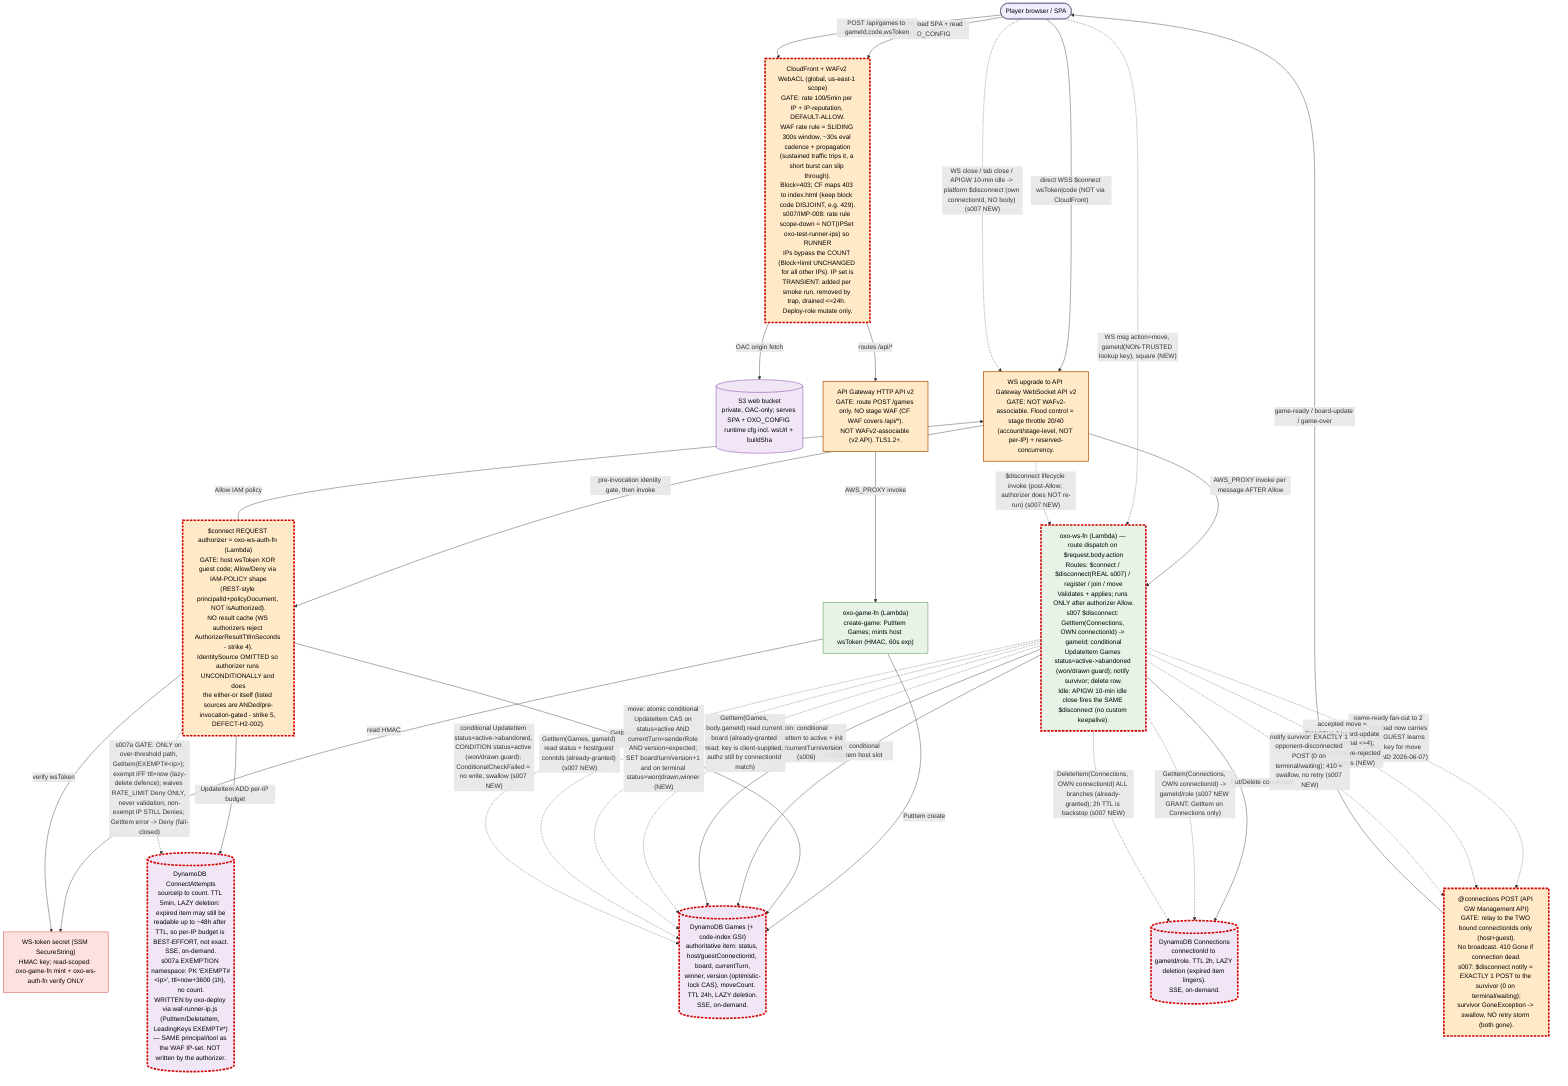
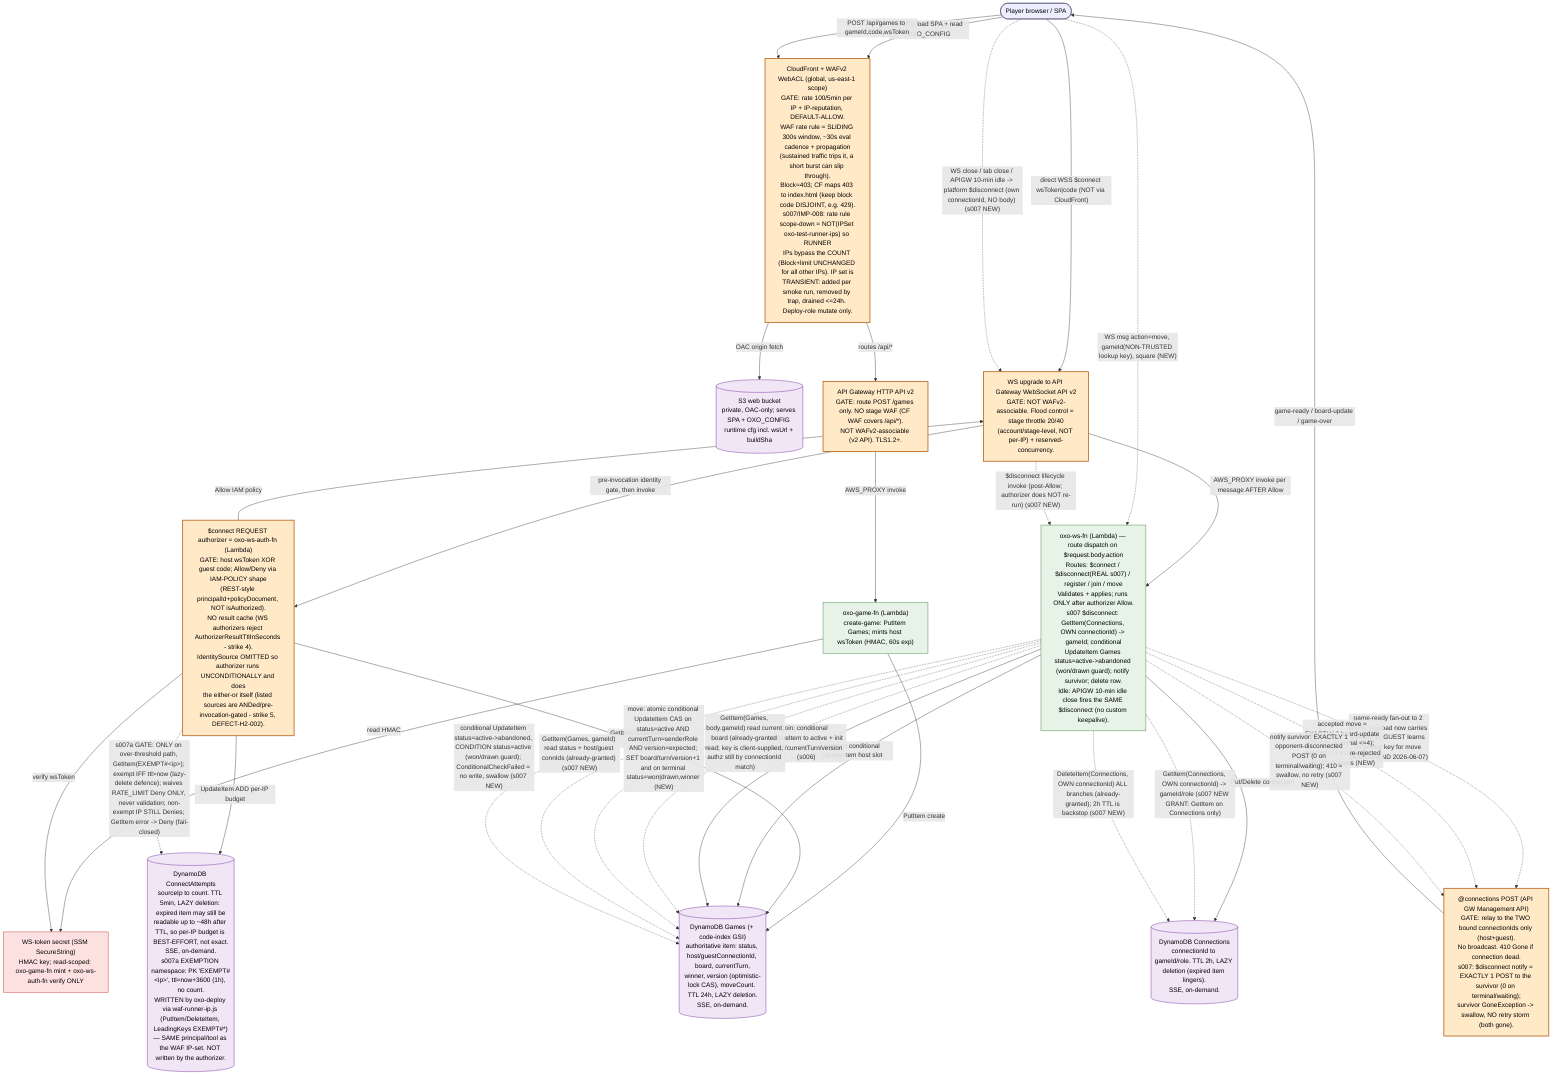
%% oxo-online runtime data-flow — s007 edition (process §12a)
%% Platform GATES are explicit nodes. Non-obvious platform semantics are named ON the node.
%% This file is the TESTER's planning input. classDef changed marks THIS slice's (s007) delta.
%% Granularity: module / gate level (coarse). Built scope only (deferred items are NOT drawn).
%% s007 marks: the $disconnect path becomes REAL (abandon+notify+clean up) and the
%% CloudFront WAF gate gains the oxo-test-runner-ips IP-set scope-down annotation (IMP-008).

flowchart TD

  %% ---- Edge / SPA path (HTTPS) ----
  player(["Player browser / SPA"]):::actor
  cfwaf["CloudFront + WAFv2 WebACL (global, us-east-1 scope)<br/>GATE: rate 100/5min per IP + IP-reputation, DEFAULT-ALLOW.<br/>WAF rate rule = SLIDING 300s window, ~30s eval cadence + propagation<br/>(sustained traffic trips it, a short burst can slip through).<br/>Block=403; CF maps 403 to index.html (keep block code DISJOINT, e.g. 429).<br/>s007/IMP-008: rate rule scope-down = NOT(IPSet oxo-test-runner-ips) so RUNNER<br/>IPs bypass the COUNT (Block+limit UNCHANGED for all other IPs). IP set is<br/>TRANSIENT: added per smoke run, removed by trap, drained <=24h. Deploy-role mutate only."]:::gate
  s3[("S3 web bucket<br/>private, OAC-only; serves SPA + OXO_CONFIG runtime cfg incl. wsUrl + buildSha")]:::store
  httpapi["API Gateway HTTP API v2<br/>GATE: route POST /games only. NO stage WAF (CF WAF covers /api/*).<br/>NOT WAFv2-associable (v2 API). TLS1.2+."]:::gate
  gamefn["oxo-game-fn (Lambda)<br/>create-game: PutItem Games; mints host wsToken (HMAC, 60s exp)"]:::compute
  secret["WS-token secret (SSM SecureString)<br/>HMAC key; read-scoped: oxo-game-fn mint + oxo-ws-auth-fn verify ONLY"]:::secret

  %% ---- WebSocket path (WSS, NOT via CloudFront) ----
  wsupgrade["WS upgrade to API Gateway WebSocket API v2<br/>GATE: NOT WAFv2-associable. Flood control = stage throttle 20/40<br/>(account/stage-level, NOT per-IP) + reserved-concurrency."]:::gate
  wsauth["$connect REQUEST authorizer = oxo-ws-auth-fn (Lambda)<br/>GATE: host wsToken XOR guest code; Allow/Deny via IAM-POLICY shape<br/>(REST-style principalId+policyDocument, NOT isAuthorized).<br/>NO result cache (WS authorizers reject AuthorizerResultTtlInSeconds - strike 4).<br/>IdentitySource OMITTED so authorizer runs UNCONDITIONALLY and does<br/>the either-or itself (listed sources are ANDed/pre-invocation-gated - strike 5, DEFECT-H2-002)."]:::gate
  attempts[("DynamoDB ConnectAttempts<br/>sourceIp to count. TTL 5min, LAZY deletion: expired item may still be<br/>readable up to ~48h after TTL, so per-IP budget is BEST-EFFORT, not exact.<br/>SSE, on-demand.<br/>s007a EXEMPTION namespace: PK 'EXEMPT#&lt;ip&gt;', ttl=now+3600 (1h), no count.<br/>WRITTEN by oxo-deploy via waf-runner-ip.js (PutItem/DeleteItem, LeadingKeys EXEMPT#*)<br/>— SAME principal/tool as the WAF IP-set. NOT written by the authorizer.")]:::store
  wsfn["oxo-ws-fn (Lambda) — route dispatch on $request.body.action<br/>Routes: $connect / $disconnect(REAL s007) / register / join / move<br/>Validates + applies; runs ONLY after authorizer Allow.<br/>s007 $disconnect: GetItem(Connections, OWN connectionId) -> gameId; conditional<br/>UpdateItem Games status=active->abandoned (won/drawn guard); notify survivor; delete row.<br/>Idle: APIGW 10-min idle close fires the SAME $disconnect (no custom keepalive)."]:::compute
  conn[("DynamoDB Connections<br/>connectionId to gameId/role. TTL 2h, LAZY deletion (expired item lingers).<br/>SSE, on-demand.")]:::store
  games[("DynamoDB Games (+ code-index GSI)<br/>authoritative item: status, host/guestConnectionId, board, currentTurn,<br/>winner, version (optimistic-lock CAS), moveCount. TTL 24h, LAZY deletion.<br/>SSE, on-demand.")]:::store
  relay["@connections POST (API GW Management API)<br/>GATE: relay to the TWO bound connectionIds only (host+guest).<br/>No broadcast. 410 Gone if connection dead.<br/>s007: $disconnect notify = EXACTLY 1 POST to the survivor (0 on terminal/waiting);<br/>survivor GoneException -> swallow, NO retry storm (both gone)."]:::gate

  %% ---- Existing edges (built s001..s005-h2) ----
  player -->|"HTTPS load SPA + read OXO_CONFIG"| cfwaf
  cfwaf -->|"OAC origin fetch"| s3
  cfwaf -->|"routes /api/*"| httpapi
  player -->|"POST /api/games to gameId,code,wsToken"| cfwaf
  httpapi -->|"AWS_PROXY invoke"| gamefn
  gamefn -->|"PutItem create"| games
  gamefn -->|"read HMAC"| secret

  player -->|"direct WSS $connect wsToken|code (NOT via CloudFront)"| wsupgrade
  wsupgrade -->|"pre-invocation identity gate, then invoke"| wsauth
  wsauth -->|"verify wsToken"| secret
  wsauth -->|"GetItem code-index guest path"| games
  wsauth -->|"UpdateItem ADD per-IP budget"| attempts
  wsauth -.->|"s007a GATE: ONLY on over-threshold path, GetItem(EXEMPT#&lt;ip&gt;); exempt IFF ttl&gt;now (lazy-delete defence); waives RATE_LIMIT Deny ONLY, never validation; non-exempt IP STILL Denies; GetItem error -> Deny (fail-closed)"| attempts
  wsauth -->|"Allow IAM policy"| wsupgrade
  wsupgrade -->|"AWS_PROXY invoke per message AFTER Allow"| wsfn
  wsfn -->|"register: conditional UpdateItem host slot"| games
  wsfn -->|"join: conditional UpdateItem to active + init board/currentTurn/version (s006)"| games
  wsfn -->|"Put/Delete connection"| conn
  wsfn -.->|"game-ready fan-out to 2 conns; payload now carries gameId so GUEST learns its lookup key for move (s006 AMEND 2026-06-07)"| relay
  relay -->|"game-ready / board-update / game-over"| player

  %% ---- s006 NEW data flow: move relay (CHANGED, dotted) ----
  %% AMEND 2026-06-07: move frame carries gameId as a NON-TRUSTED LOOKUP KEY (selects
  %% the Games item to read; NOT an identity/role claim). Authorization is the
  %% server-side match of the REAL requestContext.connectionId vs stored host/guest
  %% ConnectionId; forged gameId resolves a game the sender is not in -> reject, no
  %% write. This is why NO Connections-read edge is added on the move path (S5 intact).
  %% game-ready fan-out (line 44 / join.ts) must now also carry gameId so the GUEST
  %% (joins by code) can supply the lookup key.
  player -.->|"WS msg action=move, gameId(NON-TRUSTED lookup key), square (NEW)"| wsfn
  wsfn -.->|"GetItem(Games, body.gameId) read current board (already-granted read; key is client-supplied, authz still by connectionId match)"| games
  wsfn -.->|"move: atomic conditional UpdateItem CAS on status=active AND currentTurn=senderRole AND version=expected; SET board/turn/version+1 and on terminal status=won|drawn,winner (NEW)"| games
  wsfn -.->|"accepted move = EXACTLY 2 board-update POSTs (terminal <=4); rejected = 1 move-rejected POST, 0 writes (NEW)"| relay

  %% ---- s007 NEW data flow: $disconnect abandon + notify + clean up (CHANGED, dotted) ----
  %% Platform fires $disconnect with ONLY the disconnecting OWN connectionId (no gameId, no body).
  %% connectionId IS the identity (platform-set, unspoofable) -> NO force-abandon spoof path.
  %% New IAM grant: dynamodb:GetItem on Connections ONLY (read OWN row by PK; no Query/Scan).
  player -.->|"WS close / tab close / APIGW 10-min idle -> platform $disconnect (own connectionId, NO body) (s007 NEW)"| wsupgrade
  wsupgrade -.->|"$disconnect lifecycle invoke (post-Allow; authorizer does NOT re-run) (s007 NEW)"| wsfn
  wsfn -.->|"GetItem(Connections, OWN connectionId) -> gameId/role (s007 NEW GRANT: GetItem on Connections only)"| conn
  wsfn -.->|"GetItem(Games, gameId) read status + host/guest connIds (already-granted) (s007 NEW)"| games
  wsfn -.->|"conditional UpdateItem status=active->abandoned, CONDITION status=active (won/drawn guard); ConditionalCheckFailed = no write, swallow (s007 NEW)"| games
  wsfn -.->|"notify survivor: EXACTLY 1 opponent-disconnected POST (0 on terminal/waiting); 410 = swallow, no retry (s007 NEW)"| relay
  wsfn -.->|"DeleteItem(Connections, OWN connectionId) ALL branches (already-granted); 2h TTL is backstop (s007 NEW)"| conn

  %% ---- classDef ----
  classDef actor fill:#eef,stroke:#446,color:#000;
  classDef gate fill:#ffe9c7,stroke:#b5651d,color:#000,stroke-width:2px;
  classDef compute fill:#e6f3e6,stroke:#2e7d32,color:#000;
  classDef store fill:#f0e6f6,stroke:#6a1b9a,color:#000;
  classDef secret fill:#fde0e0,stroke:#c62828,color:#000;
  classDef changed stroke:#d50000,stroke-width:4px,stroke-dasharray:6 3;

  %% s006 changed marks CLEARED (2026-06-07 — tester consumed, UC6 prod validation PASS)
  %% Previously marked: wsfn (move route), games (move-write semantics).
  %% Dotted edges (move msg, GetItem, CAS write, 2-post relay) are now delivered/stable.

  %% ---- s007 CHANGED marks (tester plans from these) ----
  %% wsfn: $disconnect stub -> real (abandon+notify+clean up); +Connections GetItem grant.
  %% conn: now READ on the $disconnect path (was write-only) — new GetItem edge.
  %% games: gains active->abandoned conditional transition on $disconnect.
  %% relay: gains the 1-post survivor notify (0 on terminal/waiting).
  %% cfwaf: gains the IMP-008 oxo-test-runner-ips IP-set scope-down annotation.
  %% ---- s007a CHANGED marks (DEFECT-S007-001 authorizer runner-exemption) ----
  %% wsauth: gains a post-threshold exemption GetItem (waives RATE_LIMIT Deny ONLY
  %%   for a LIVE EXEMPT#<ip> item, ttl>now; non-exempt IP still Denies; fail-closed).
  %% attempts: gains the EXEMPT#<ip> namespace (1h TTL), written by oxo-deploy via
  %%   waf-runner-ip.js (PutItem/DeleteItem, LeadingKeys EXEMPT#*) — not the authorizer.
-   class wsfn,conn,games,relay,cfwaf,wsauth,attempts changed;
+   %% s007 changed marks CLEARED (2026-06-07 — tester consumed, UC4 prod validation PASS)
+   %% wsfn: $disconnect real (abandon+notify+clean up); conn: GetItem on $disconnect path;
+   %% games: active->abandoned transition; relay: 1-post survivor notify;
+   %% cfwaf: IMP-008 scope-down; wsauth: runner-exemption check; attempts: EXEMPT# namespace.
+   %% class wsfn,conn,games,relay,cfwaf,wsauth,attempts changed; — CLEARED
